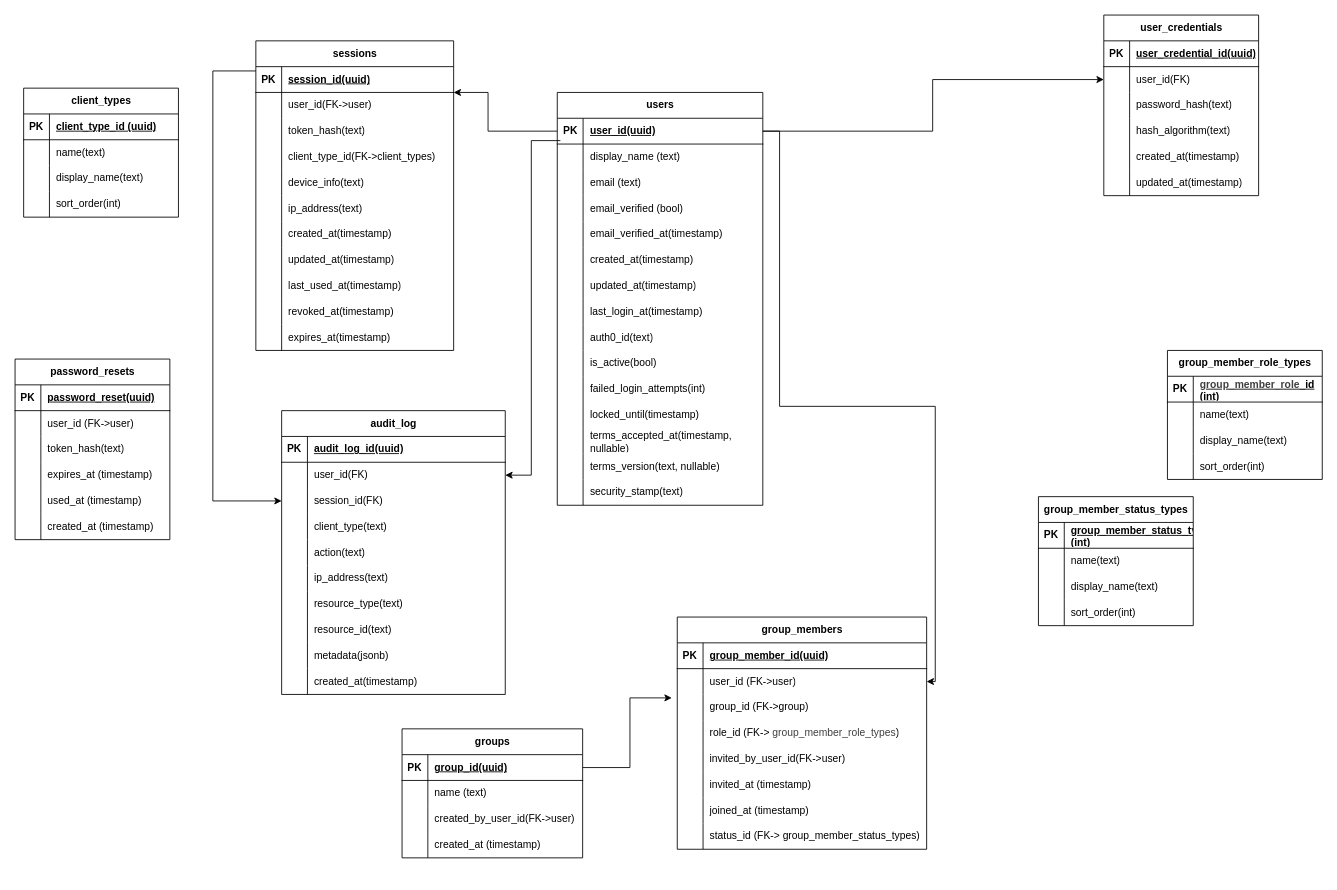
The draw.io diagram page "IdentityDB" (1 of 3) of docs/meal_planning_datamodel.drawio in salzheimer/mealplanner, before the edit. Source tidied: cells renumbered, new cells numbered last; positions are measured from the earlier drawing's top-left corner, leaving out a move shared by most shapes. Both pictures are drawn from the tidied source at 86%, with x=0, y=0 at pixel (15, 15).
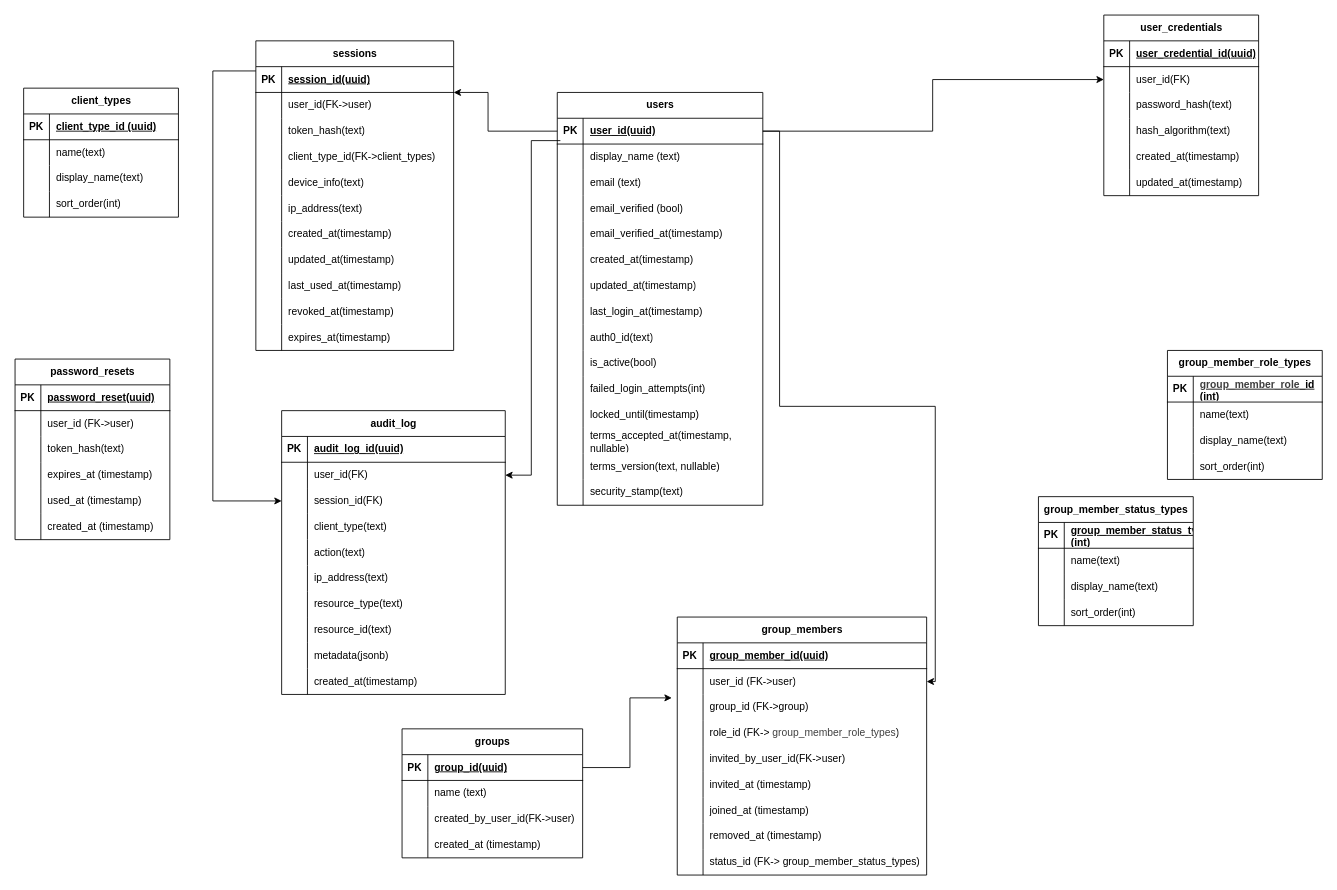
The same page after the edit.

Diff of the diagram source:
```diff
@@
     <mxCell id="61" value="group_members" style="shape=table;startSize=30;childLayout=tableLayout;rowLines=0;fontStyle=1;align=center;html=1;" parent="1" vertex="1">
-      <mxGeometry x="770" y="700" width="290" height="270" as="geometry" />
+      <mxGeometry x="770" y="700" width="290" height="300" as="geometry" />
     </mxCell>
@@
+    <mxCell id="234" style="shape=tableRow;horizontal=0;startSize=0;swimlaneHead=0;swimlaneBody=0;fillColor=none;top=0;left=0;right=0;bottom=0;" parent="61" vertex="1">
+      <mxGeometry y="240" width="290" height="30" as="geometry" />
+    </mxCell>
+    <mxCell id="235" style="shape=partialRectangle;fillColor=none;top=0;left=0;bottom=0;right=0;overflow=hidden;whiteSpace=wrap;html=1;" parent="234" vertex="1">
+      <mxGeometry width="30" height="30" as="geometry" />
+    </mxCell>
+    <mxCell id="236" value="removed_at (timestamp)" style="shape=partialRectangle;fillColor=none;top=0;left=0;bottom=0;right=0;align=left;spacingLeft=6;overflow=hidden;whiteSpace=wrap;html=1;" parent="234" vertex="1">
+      <mxGeometry x="30" width="260" height="30" as="geometry" />
+    </mxCell>
     <mxCell id="83" style="shape=tableRow;horizontal=0;startSize=0;swimlaneHead=0;swimlaneBody=0;fillColor=none;top=0;left=0;right=0;bottom=0;" parent="61" vertex="1">
-      <mxGeometry y="240" width="290" height="30" as="geometry" />
+      <mxGeometry y="270" width="290" height="30" as="geometry" />
     </mxCell>
```
